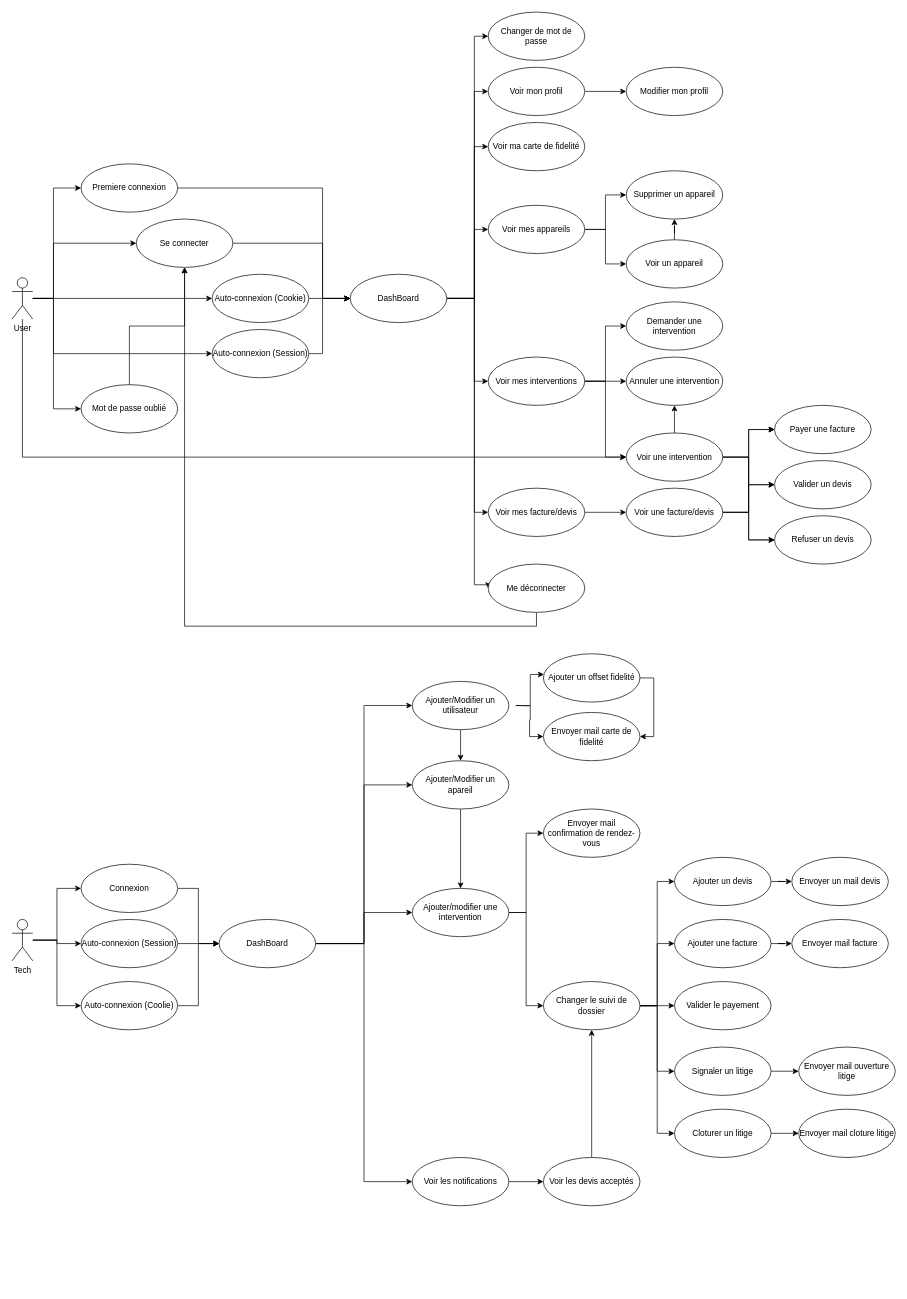
The draw.io diagram Docs/Diagram/UserCaseDiagram.drawio in ROYJohan08/RJI-User.royjohan.fr, before the edit. Source tidied: cells renumbered, new cells numbered last; positions are measured from the earlier drawing's top-left corner, leaving out a move shared by most shapes. Both pictures are drawn from the tidied source at 69%, with x=0, y=0 at pixel (12, 12).
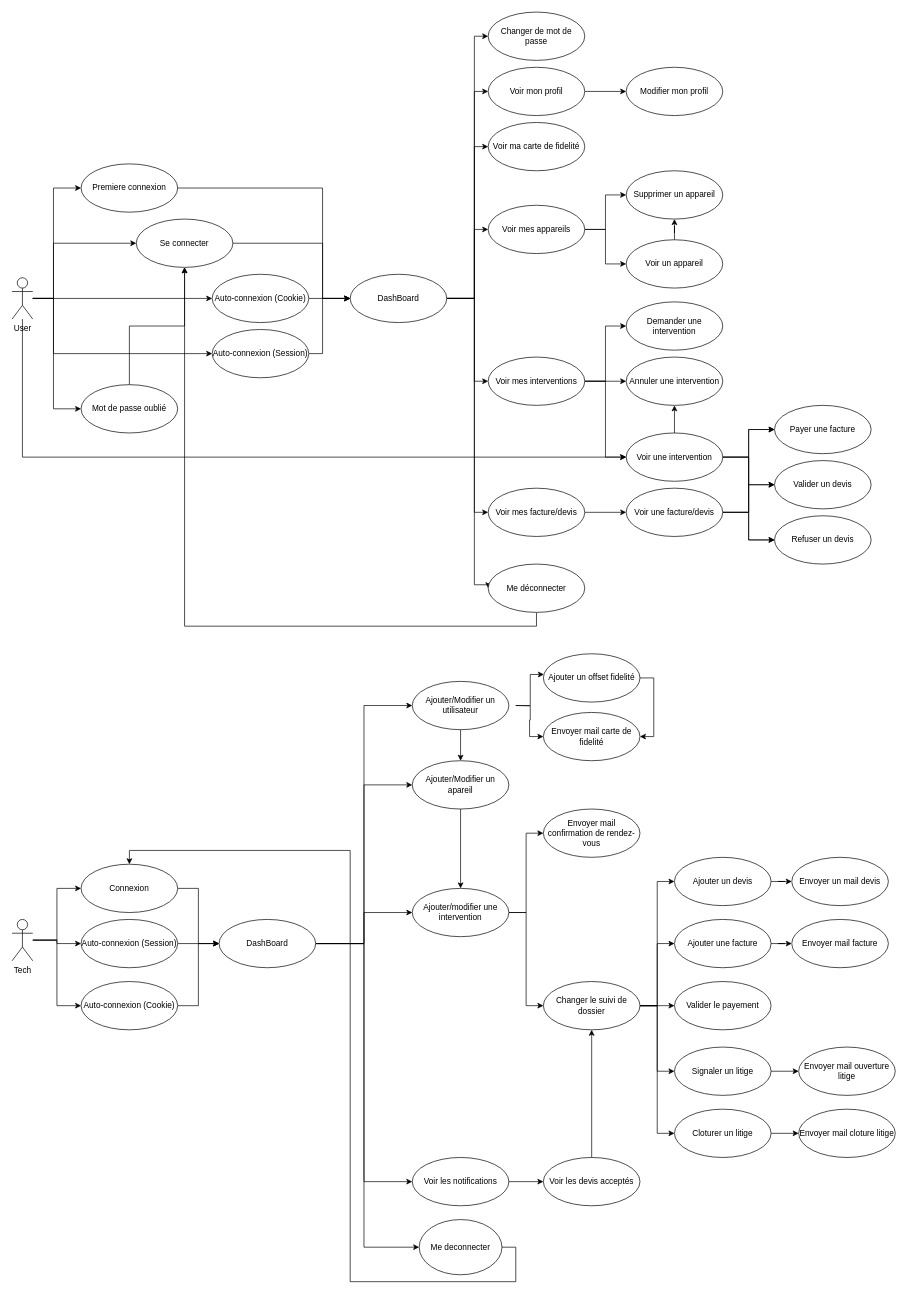
After the change.

The change refers to these unchanged cells:
```xml
<mxCell id="65" value="Connexion" style="ellipse;whiteSpace=wrap;html=1;" parent="1" vertex="1">
  <mxGeometry x="100" y="1235" width="140" height="70" as="geometry" />
</mxCell>
<mxCell id="83" value="&lt;div&gt;DashBoard&lt;/div&gt;" style="ellipse;whiteSpace=wrap;html=1;" parent="1" vertex="1">
  <mxGeometry x="300" y="1315" width="140" height="70" as="geometry" />
</mxCell>
```

Change to the diagram source:
```diff
@@
-    <mxCell id="69" value="&lt;div&gt;Auto-connexion (Coolie)&lt;/div&gt;" style="ellipse;whiteSpace=wrap;html=1;" parent="1" vertex="1">
+    <mxCell id="69" value="&lt;div&gt;Auto-connexion (Cookie)&lt;/div&gt;" style="ellipse;whiteSpace=wrap;html=1;" parent="1" vertex="1">
       <mxGeometry x="100" y="1405" width="140" height="70" as="geometry" />
     </mxCell>
@@
+    <mxCell id="111" style="edgeStyle=orthogonalEdgeStyle;rounded=0;jettySize=auto;html=1;entryX=0;entryY=0.5;entryDx=0;entryDy=0;" parent="1" edge="1" source="83" target="113">
+      <mxGeometry relative="1" as="geometry">
+        <Array as="points">
+          <mxPoint x="510" y="1350" />
+          <mxPoint x="510" y="1790" />
+        </Array>
+      </mxGeometry>
+    </mxCell>
@@
+    <mxCell id="112" style="edgeStyle=orthogonalEdgeStyle;rounded=0;jettySize=auto;html=1;entryX=0.5;entryY=0;entryDx=0;entryDy=0;" parent="1" edge="1" source="113" target="65">
+      <mxGeometry relative="1" as="geometry">
+        <Array as="points">
+          <mxPoint x="730" y="1790" />
+          <mxPoint x="730" y="1840" />
+          <mxPoint x="490" y="1840" />
+          <mxPoint x="490" y="1215" />
+          <mxPoint x="170" y="1215" />
+        </Array>
+      </mxGeometry>
+    </mxCell>
+    <mxCell id="113" value="Me deconnecter" style="ellipse;whiteSpace=wrap;html=1;" parent="1" vertex="1">
+      <mxGeometry x="590" y="1750" width="120" height="80" as="geometry" />
+    </mxCell>
```
